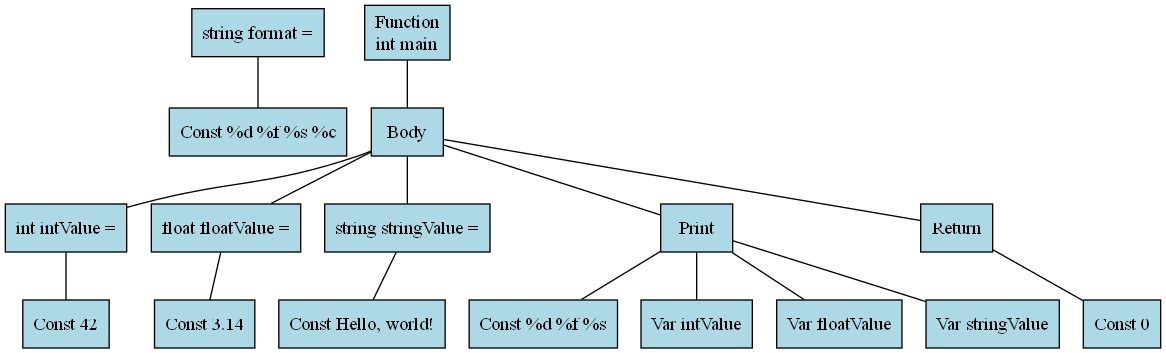
This is ast.png from MiguelCano-ia/mini-c-plusplus, a Graphviz export, as it was before one commit. Its source is kept beside it as ast.dot.
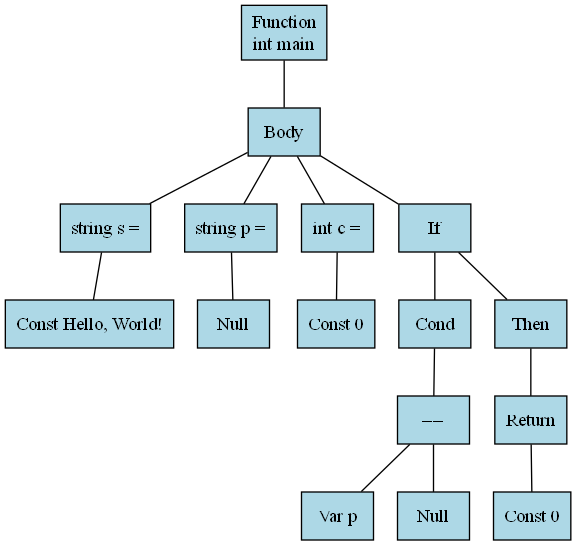
The same diagram one commit later.

The edit, as a diff of the source:
```diff
@@ -1,37 +1,36 @@
 digraph ast {
 	node [fillcolor=lightblue font=bold fontcolor=black shape=box style=filled]
 	edge [arrowhead=none color=black]
-	n1 [label="string format ="]
-	n2 [label="Const %d %f %s %c"]
-	n1 -> n2
-	n3 [label="Function
+	n1 [label="Function
 int main"]
-	n3 -> n5
-	n5 [label=Body]
-	n6 [label="int intValue ="]
-	n7 [label="Const 42"]
+	n1 -> n3
+	n3 [label=Body]
+	n4 [label="string s ="]
+	n5 [label="Const Hello, World!"]
+	n4 -> n5
+	n3 -> n4
+	n6 [label="string p ="]
+	n7 [label=Null]
 	n6 -> n7
-	n5 -> n6
-	n8 [label="float floatValue ="]
-	n9 [label="Const 3.14"]
+	n3 -> n6
+	n8 [label="int c ="]
+	n9 [label="Const 0"]
 	n8 -> n9
-	n5 -> n8
-	n10 [label="string stringValue ="]
-	n11 [label="Const Hello, world!"]
+	n3 -> n8
+	n10 [label=If]
+	n11 [label=Cond]
+	n12 [label="=="]
+	n13 [label="Var p"]
+	n14 [label=Null]
+	n12 -> n13
+	n12 -> n14
+	n11 -> n12
 	n10 -> n11
-	n5 -> n10
-	n12 [label=Print]
-	n13 [label="Const %d %f %s"]
-	n12 -> n13
-	n14 [label="Var intValue"]
-	n12 -> n14
-	n15 [label="Var floatValue"]
-	n12 -> n15
-	n16 [label="Var stringValue"]
-	n12 -> n16
-	n5 -> n12
-	n17 [label=Return]
-	n18 [label="Const 0"]
-	n17 -> n18
-	n5 -> n17
+	n15 [label=Then]
+	n16 [label=Return]
+	n17 [label="Const 0"]
+	n16 -> n17
+	n15 -> n16
+	n10 -> n15
+	n3 -> n10
 }
```
